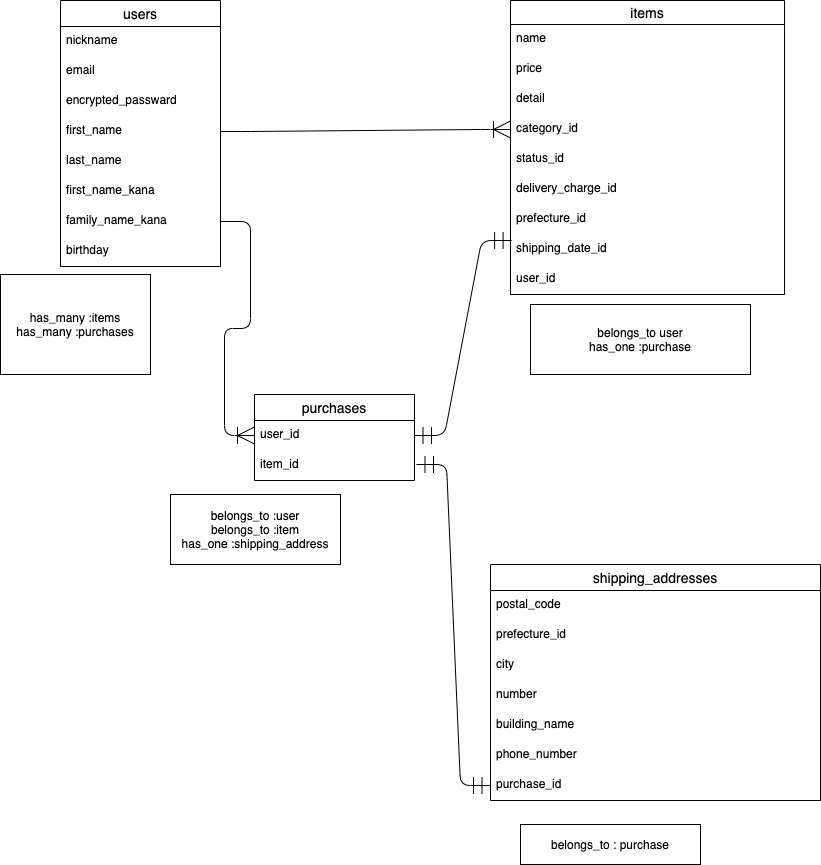
Earlier version of the draw.io export entity.dio.png (neeee22/furima-35953). Source tidied: cells renumbered, new cells last; positions are measured from the earlier drawing's top-left corner, leaving out a move shared by most shapes.
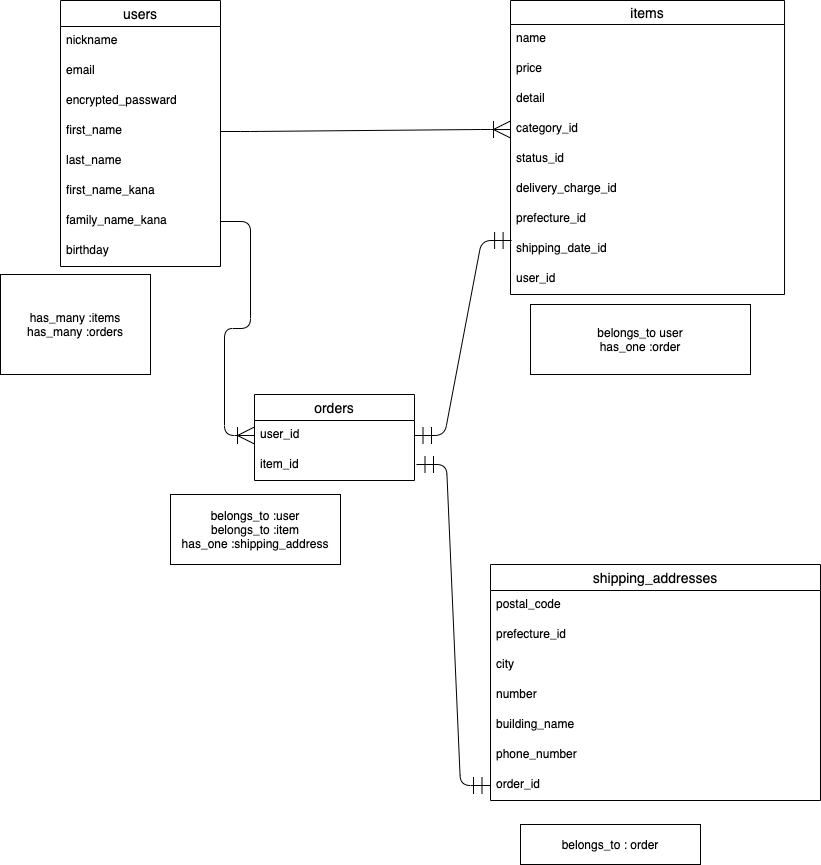
The same diagram one commit later.

What changed in the source:
```diff
@@ -80,7 +80,7 @@
     <mxCell id="27" value="phone_number" style="text;strokeColor=none;fillColor=none;spacingLeft=4;spacingRight=4;overflow=hidden;fontSize=12;" parent="21" vertex="1">
       <mxGeometry y="176" width="330" height="30" as="geometry" />
     </mxCell>
-    <mxCell id="28" value="purchase_id" style="text;strokeColor=none;fillColor=none;spacingLeft=4;spacingRight=4;overflow=hidden;points=[[0,0.5],[1,0.5]];portConstraint=eastwest;fontSize=12;" parent="21" vertex="1">
+    <mxCell id="28" value="order_id" style="text;strokeColor=none;fillColor=none;spacingLeft=4;spacingRight=4;overflow=hidden;points=[[0,0.5],[1,0.5]];portConstraint=eastwest;fontSize=12;" parent="21" vertex="1">
       <mxGeometry y="206" width="330" height="30" as="geometry" />
     </mxCell>
     <mxCell id="29" style="edgeStyle=entityRelationEdgeStyle;fontSize=12;html=1;endArrow=ERoneToMany;startSize=15;endSize=15;targetPerimeterSpacing=0;strokeWidth=1;exitX=1;exitY=0.5;exitDx=0;exitDy=0;entryX=0;entryY=0.5;entryDx=0;entryDy=0;jumpSize=6;" parent="1" edge="1" source="6" target="15">
@@ -89,16 +89,16 @@
     <mxCell id="30" style="edgeStyle=entityRelationEdgeStyle;fontSize=12;html=1;endArrow=ERmandOne;startArrow=ERmandOne;startSize=15;endSize=15;targetPerimeterSpacing=0;strokeWidth=1;entryX=0.004;entryY=0.2;entryDx=0;entryDy=0;entryPerimeter=0;" parent="1" edge="1" source="35" target="19">
       <mxGeometry relative="1" as="geometry" />
     </mxCell>
-    <mxCell id="31" value="has_many :items&lt;br&gt;has_many :purchases" style="whiteSpace=wrap;html=1;align=center;" parent="1" vertex="1">
+    <mxCell id="31" value="has_many :items&lt;br&gt;has_many :orders" style="whiteSpace=wrap;html=1;align=center;" parent="1" vertex="1">
       <mxGeometry y="274" width="150" height="100" as="geometry" />
     </mxCell>
-    <mxCell id="32" value="belongs_to user&lt;br&gt;has_one :purchase" style="whiteSpace=wrap;html=1;align=center;" parent="1" vertex="1">
+    <mxCell id="32" value="belongs_to user&lt;br&gt;has_one :order" style="whiteSpace=wrap;html=1;align=center;" parent="1" vertex="1">
       <mxGeometry x="530" y="304" width="220" height="70" as="geometry" />
     </mxCell>
-    <mxCell id="33" value="belongs_to : purchase" style="whiteSpace=wrap;html=1;align=center;" parent="1" vertex="1">
+    <mxCell id="33" value="belongs_to : order" style="whiteSpace=wrap;html=1;align=center;" parent="1" vertex="1">
       <mxGeometry x="520" y="824" width="180" height="40" as="geometry" />
     </mxCell>
-    <mxCell id="34" value="purchases" style="swimlane;fontStyle=0;horizontal=1;startSize=26;align=center;fontSize=14;" parent="1" vertex="1">
+    <mxCell id="34" value="orders" style="swimlane;fontStyle=0;horizontal=1;startSize=26;align=center;fontSize=14;" parent="1" vertex="1">
       <mxGeometry x="254" y="394" width="160" height="86" as="geometry" />
     </mxCell>
     <mxCell id="35" value="user_id" style="text;strokeColor=none;fillColor=none;spacingLeft=4;spacingRight=4;overflow=hidden;points=[[0,0.5],[1,0.5]];portConstraint=eastwest;fontSize=12;" parent="34" vertex="1">
```
